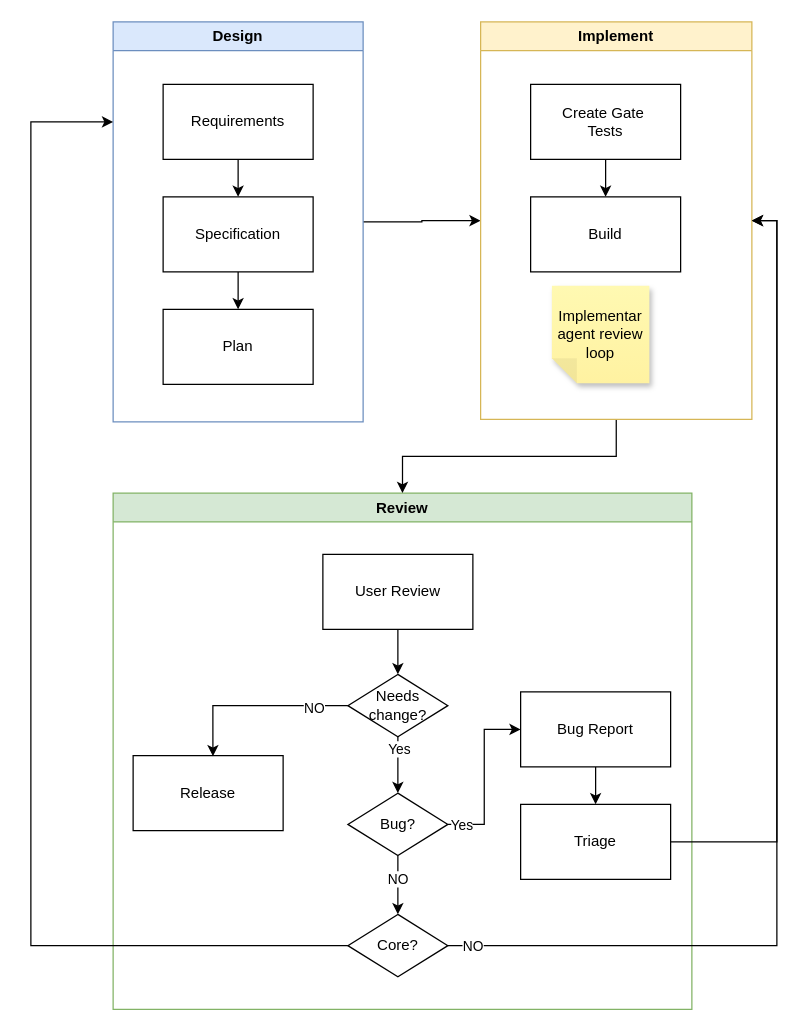
Before: Development_Flow.drawio in jrullan/ducklab, a draw.io diagram. Source tidied: cells renumbered, new cells numbered last; positions are measured from the earlier drawing's top-left corner, leaving out a move shared by most shapes. Both pictures are drawn from the tidied source at 125%, with x=0, y=0 at pixel (30, 21).
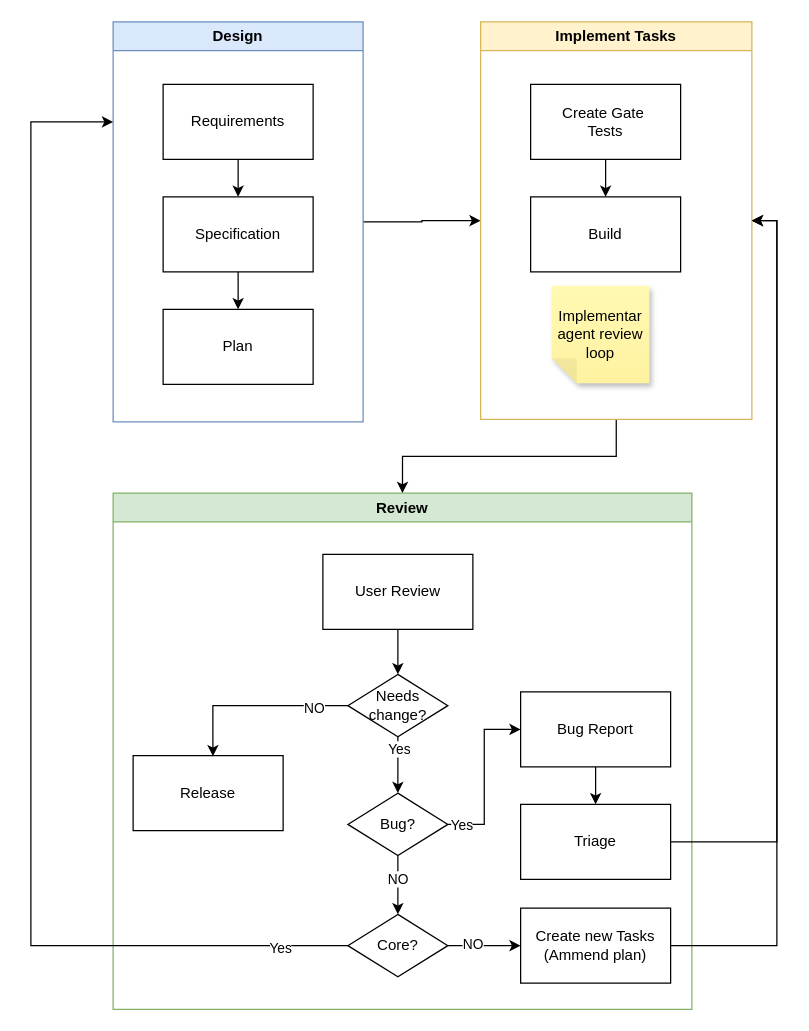
After the change.

The change refers to these unchanged cells:
```xml
<mxCell id="9" value="Review" style="swimlane;whiteSpace=wrap;html=1;fillColor=#d5e8d4;strokeColor=#82b366;" parent="1" vertex="1">
  <mxGeometry x="66" y="377" width="463" height="413" as="geometry" />
</mxCell>
<mxCell id="14" value="Core?" style="rhombus;whiteSpace=wrap;html=1;" parent="9" vertex="1">
  <mxGeometry x="187.8" y="337" width="80" height="50" as="geometry" />
</mxCell>
<mxCell id="36" style="edgeStyle=orthogonalEdgeStyle;rounded=0;jettySize=auto;html=1;entryX=0;entryY=0.25;entryDx=0;entryDy=0;exitX=0;exitY=0.5;exitDx=0;exitDy=0;" parent="1" edge="1" source="14" target="3">
  <mxGeometry relative="1" as="geometry">
    <Array as="points">
      <mxPoint x="0.2" y="739" />
      <mxPoint x="0.2" y="80" />
    </Array>
  </mxGeometry>
</mxCell>
```

The edit, as a diff of the source:
```diff
@@
+    <mxCell id="37" value="Create new Tasks&lt;div&gt;(Ammend plan)&lt;/div&gt;" style="rounded=0;whiteSpace=wrap;html=1;" parent="9" vertex="1">
+      <mxGeometry x="326" y="332" width="120" height="60" as="geometry" />
+    </mxCell>
+    <mxCell id="38" style="rounded=0;jettySize=auto;html=1;entryX=0;entryY=0.5;entryDx=0;entryDy=0;edgeStyle=orthogonalEdgeStyle;" parent="9" edge="1" source="14" target="37">
+      <mxGeometry relative="1" as="geometry" />
+    </mxCell>
+    <mxCell id="35" value="NO" style="edgeLabel;html=1;align=center;verticalAlign=middle;" parent="38" vertex="1">
+      <mxGeometry x="-0.87" y="-3" relative="1" as="geometry">
+        <mxPoint x="16" y="-5" as="offset" />
+      </mxGeometry>
+    </mxCell>
@@
-    <mxCell id="28" value="Implement" style="swimlane;whiteSpace=wrap;html=1;fillColor=#fff2cc;strokeColor=#d6b656;" parent="1" vertex="1">
+    <mxCell id="28" value="Implement Tasks" style="swimlane;whiteSpace=wrap;html=1;fillColor=#fff2cc;strokeColor=#d6b656;" parent="1" vertex="1">
       <mxGeometry x="360" width="217" height="318" as="geometry" />
     </mxCell>
@@
-    <mxCell id="34" style="rounded=0;jettySize=auto;html=1;entryX=1;entryY=0.5;entryDx=0;entryDy=0;edgeStyle=orthogonalEdgeStyle;" parent="1" edge="1" source="14" target="28">
+    <mxCell id="34" style="rounded=0;jettySize=auto;html=1;entryX=1;entryY=0.5;entryDx=0;entryDy=0;edgeStyle=orthogonalEdgeStyle;exitX=1;exitY=0.5;exitDx=0;exitDy=0;" parent="1" edge="1" source="37" target="28">
       <mxGeometry relative="1" as="geometry" />
     </mxCell>
-    <mxCell id="35" value="NO" style="edgeLabel;html=1;align=center;verticalAlign=middle;" parent="34" vertex="1">
-      <mxGeometry x="-0.87" y="-3" relative="1" as="geometry">
-        <mxPoint x="-36" y="-3" as="offset" />
-      </mxGeometry>
-    </mxCell>
@@
+    <mxCell id="39" value="Yes" style="edgeLabel;html=1;align=center;verticalAlign=middle;" parent="36" vertex="1">
+      <mxGeometry x="-0.89" y="1" relative="1" as="geometry" />
+    </mxCell>
```
